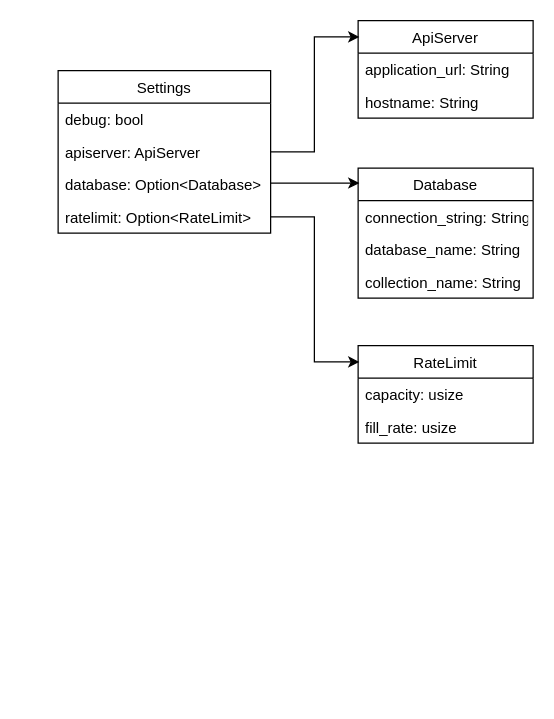
This is page "settings" (1 of 4) of docs/url-shortener.drawio from ivanenkomaksym/rust-short-url, a draw.io file, before an edit. Source tidied: cells renumbered, new cells numbered last; positions are measured from the earlier drawing's top-left corner, leaving out a move shared by most shapes. Both pictures are drawn from the tidied source at 125%, with x=0, y=0 at pixel (58, 20).
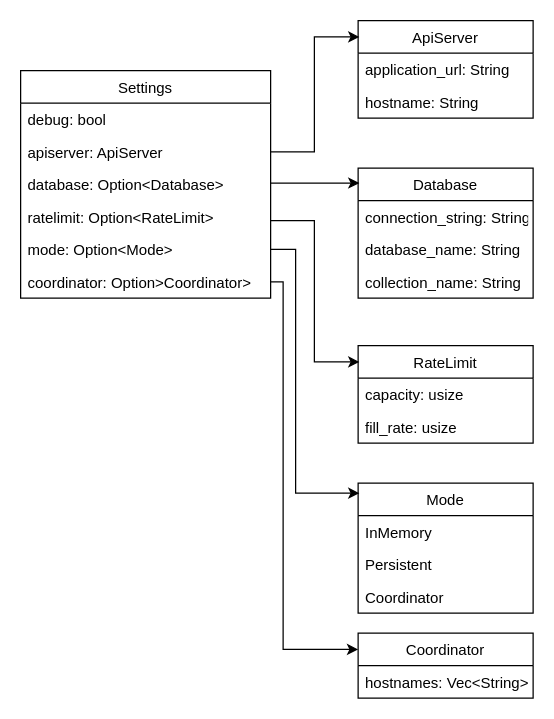
After the change.

Commit message (it also covers changes not shown here):
Update docs. Include coordinator description.

Unchanged cells that the change refers to:
```xml
<mxCell id="9" value="RateLimit" style="swimlane;fontStyle=0;horizontal=1;startSize=26;fillColor=none;" parent="1" vertex="1">
  <mxGeometry x="240" y="260" width="140" height="78" as="geometry" />
</mxCell>
```

Change to the diagram source:
```diff
@@
     <mxCell id="12" value="Settings" style="swimlane;fontStyle=0;horizontal=1;startSize=26;fillColor=none;" parent="1" vertex="1">
-      <mxGeometry y="40" width="170" height="130" as="geometry" />
+      <mxGeometry x="-30" y="40" width="200" height="182" as="geometry" />
     </mxCell>
     <mxCell id="13" value="debug: bool" style="text;strokeColor=none;fillColor=none;align=left;verticalAlign=top;spacingLeft=4;spacingRight=4;overflow=hidden;" parent="12" vertex="1">
-      <mxGeometry y="26" width="170" height="26" as="geometry" />
+      <mxGeometry y="26" width="200" height="26" as="geometry" />
     </mxCell>
     <mxCell id="14" value="apiserver: ApiServer" style="text;strokeColor=none;fillColor=none;align=left;verticalAlign=top;spacingLeft=4;spacingRight=4;overflow=hidden;points=[[0,0.5],[1,0.5]];portConstraint=eastwest;" parent="12" vertex="1">
-      <mxGeometry y="52" width="170" height="26" as="geometry" />
+      <mxGeometry y="52" width="200" height="26" as="geometry" />
     </mxCell>
     <mxCell id="15" value="database: Option&lt;Database&gt;" style="text;strokeColor=none;fillColor=none;align=left;verticalAlign=top;spacingLeft=4;spacingRight=4;overflow=hidden;points=[[0,0.5],[1,0.5]];portConstraint=eastwest;" parent="12" vertex="1">
-      <mxGeometry y="78" width="170" height="26" as="geometry" />
+      <mxGeometry y="78" width="200" height="26" as="geometry" />
     </mxCell>
+    <mxCell id="20" value="ratelimit: Option&lt;RateLimit&gt;" style="text;strokeColor=none;fillColor=none;align=left;verticalAlign=top;spacingLeft=4;spacingRight=4;overflow=hidden;" parent="12" vertex="1">
+      <mxGeometry y="104" width="200" height="26" as="geometry" />
+    </mxCell>
+    <mxCell id="21" value="mode: Option&lt;Mode&gt;" style="text;strokeColor=none;fillColor=none;align=left;verticalAlign=top;spacingLeft=4;spacingRight=4;overflow=hidden;points=[[0,0.5],[1,0.5]];portConstraint=eastwest;" parent="12" vertex="1">
+      <mxGeometry y="130" width="200" height="26" as="geometry" />
+    </mxCell>
-    <mxCell id="16" value="ratelimit: Option&lt;RateLimit&gt;" style="text;strokeColor=none;fillColor=none;align=left;verticalAlign=top;spacingLeft=4;spacingRight=4;overflow=hidden;points=[[0,0.5],[1,0.5]];portConstraint=eastwest;" parent="12" vertex="1">
-      <mxGeometry y="104" width="170" height="26" as="geometry" />
+    <mxCell id="16" value="coordinator: Option&gt;Coordinator&gt;" style="text;strokeColor=none;fillColor=none;align=left;verticalAlign=top;spacingLeft=4;spacingRight=4;overflow=hidden;points=[[0,0.5],[1,0.5]];portConstraint=eastwest;" parent="12" vertex="1">
+      <mxGeometry y="156" width="200" height="26" as="geometry" />
     </mxCell>
@@
-    <mxCell id="19" style="edgeStyle=orthogonalEdgeStyle;rounded=0;jettySize=auto;html=1;entryX=0.007;entryY=0.167;entryDx=0;entryDy=0;entryPerimeter=0;" parent="1" edge="1" source="16" target="9">
-      <mxGeometry relative="1" as="geometry" />
+    <mxCell id="19" style="edgeStyle=orthogonalEdgeStyle;rounded=0;jettySize=auto;html=1;entryX=0.007;entryY=0.167;entryDx=0;entryDy=0;entryPerimeter=0;" parent="1" edge="1" target="9">
+      <mxGeometry relative="1" as="geometry">
+        <mxPoint x="170" y="160" as="sourcePoint" />
+        <Array as="points">
+          <mxPoint x="205" y="160" />
+          <mxPoint x="205" y="273" />
+        </Array>
+      </mxGeometry>
     </mxCell>
+    <mxCell id="22" value="Mode" style="swimlane;fontStyle=0;horizontal=1;startSize=26;fillColor=none;" parent="1" vertex="1">
+      <mxGeometry x="240" y="370" width="140" height="104" as="geometry" />
+    </mxCell>
+    <mxCell id="23" value="InMemory" style="text;strokeColor=none;fillColor=none;align=left;verticalAlign=top;spacingLeft=4;spacingRight=4;overflow=hidden;" parent="22" vertex="1">
+      <mxGeometry y="26" width="140" height="26" as="geometry" />
+    </mxCell>
+    <mxCell id="24" value="Persistent" style="text;strokeColor=none;fillColor=none;align=left;verticalAlign=top;spacingLeft=4;spacingRight=4;overflow=hidden;" parent="22" vertex="1">
+      <mxGeometry y="52" width="140" height="26" as="geometry" />
+    </mxCell>
+    <mxCell id="25" value="Coordinator" style="text;strokeColor=none;fillColor=none;align=left;verticalAlign=top;spacingLeft=4;spacingRight=4;overflow=hidden;" parent="22" vertex="1">
+      <mxGeometry y="78" width="140" height="26" as="geometry" />
+    </mxCell>
+    <mxCell id="26" value="Coordinator" style="swimlane;fontStyle=0;horizontal=1;startSize=26;fillColor=none;" parent="1" vertex="1">
+      <mxGeometry x="240" y="490" width="140" height="52" as="geometry" />
+    </mxCell>
+    <mxCell id="27" value="hostnames: Vec&lt;String&gt;" style="text;strokeColor=none;fillColor=none;align=left;verticalAlign=top;spacingLeft=4;spacingRight=4;overflow=hidden;" parent="26" vertex="1">
+      <mxGeometry y="26" width="140" height="26" as="geometry" />
+    </mxCell>
+    <mxCell id="28" style="edgeStyle=orthogonalEdgeStyle;rounded=0;jettySize=auto;html=1;entryX=0.007;entryY=0.077;entryDx=0;entryDy=0;entryPerimeter=0;" parent="1" edge="1" source="21" target="22">
+      <mxGeometry relative="1" as="geometry">
+        <Array as="points">
+          <mxPoint x="190" y="183" />
+          <mxPoint x="190" y="378" />
+        </Array>
+      </mxGeometry>
+    </mxCell>
+    <mxCell id="29" style="edgeStyle=orthogonalEdgeStyle;rounded=0;jettySize=auto;html=1;entryX=0;entryY=0.25;entryDx=0;entryDy=0;" parent="1" edge="1" source="16" target="26">
+      <mxGeometry relative="1" as="geometry">
+        <Array as="points">
+          <mxPoint x="180" y="209" />
+          <mxPoint x="180" y="503" />
+        </Array>
+      </mxGeometry>
+    </mxCell>
```
